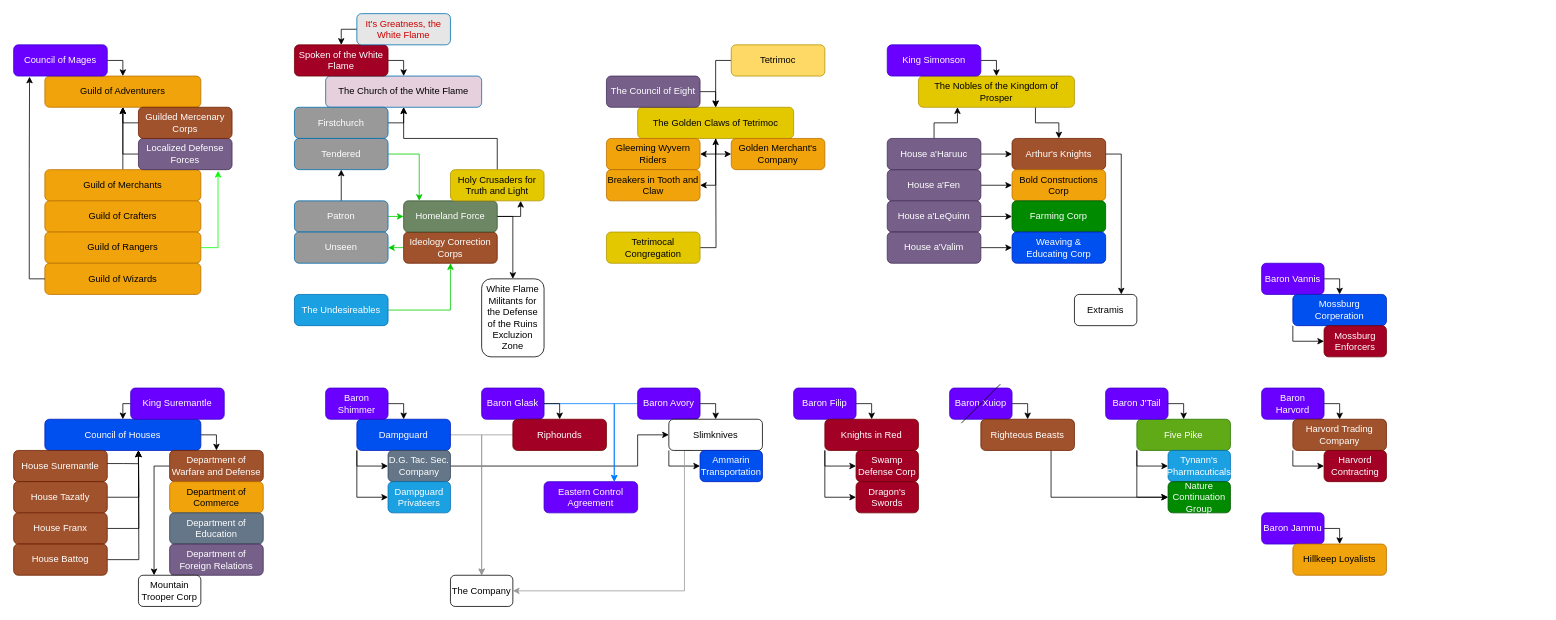
Earlier version of the draw.io diagram MEDIA/SUPP/alatermenianStructures.drawio (craftingcity/The-Known-World). Source tidied: cells renumbered, new cells numbered last; positions are measured from the earlier drawing's top-left corner, leaving out a move shared by most shapes. Both pictures are drawn from the tidied source at 78%, with x=0, y=0 at pixel (13, 13).
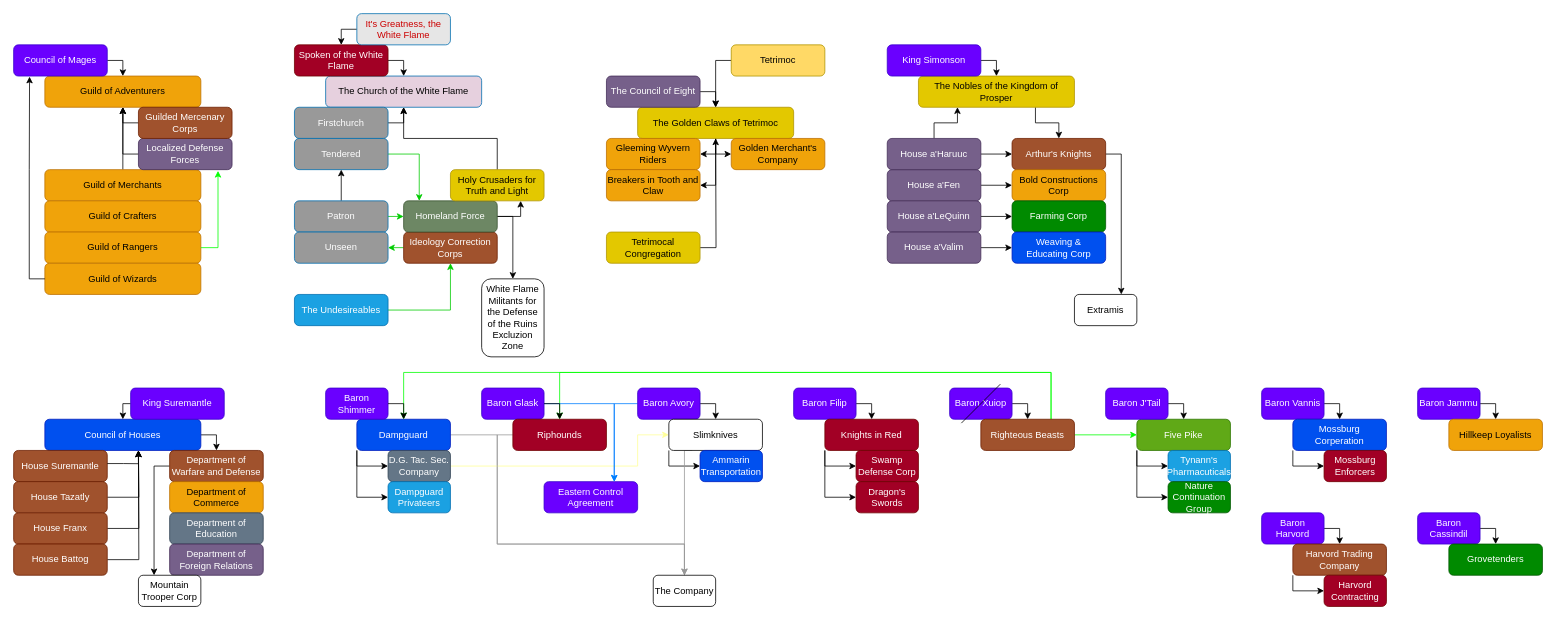
Above is the later version.

The change refers to these unchanged cells:
```xml
<mxCell id="89" value="Dampguard" style="rounded=1;whiteSpace=wrap;html=1;fillColor=#0050ef;fontColor=#ffffff;strokeColor=#001DBC;" parent="1" vertex="1">
  <mxGeometry x="440" y="520" width="120" height="40" as="geometry" />
</mxCell>
<mxCell id="91" value="Baron Shimmer" style="rounded=1;whiteSpace=wrap;html=1;fillColor=#6a00ff;fontColor=#ffffff;strokeColor=#3700CC;" parent="1" vertex="1">
  <mxGeometry x="400" y="480" width="80" height="40" as="geometry" />
</mxCell>
<mxCell id="94" value="D.G. Tac. Sec. Company" style="rounded=1;whiteSpace=wrap;html=1;fillColor=#647687;fontColor=#ffffff;strokeColor=#314354;" parent="1" vertex="1">
  <mxGeometry x="480" y="560" width="80" height="40" as="geometry" />
</mxCell>
<mxCell id="105" value="Five Pike" style="rounded=1;whiteSpace=wrap;html=1;fillColor=#60a917;fontColor=#ffffff;strokeColor=#2D7600;" parent="1" vertex="1">
  <mxGeometry x="1440" y="520" width="120" height="40" as="geometry" />
</mxCell>
<mxCell id="109" value="Nature Continuation Group" style="rounded=1;whiteSpace=wrap;html=1;fillColor=#008a00;fontColor=#ffffff;strokeColor=#005700;" parent="1" vertex="1">
  <mxGeometry x="1480" y="600" width="80" height="40" as="geometry" />
</mxCell>
<mxCell id="113" value="Righteous Beasts" style="rounded=1;whiteSpace=wrap;html=1;fillColor=#a0522d;fontColor=#ffffff;strokeColor=#6D1F00;" parent="1" vertex="1">
  <mxGeometry x="1240" y="520" width="120" height="40" as="geometry" />
</mxCell>
<mxCell id="131" value="Riphounds" style="rounded=1;whiteSpace=wrap;html=1;fillColor=#a20025;fontColor=#ffffff;strokeColor=#6F0000;" parent="1" vertex="1">
  <mxGeometry x="640" y="520" width="120" height="40" as="geometry" />
</mxCell>
<mxCell id="137" value="Slimknives" style="rounded=1;whiteSpace=wrap;html=1;" parent="1" vertex="1">
  <mxGeometry x="840" y="520" width="120" height="40" as="geometry" />
</mxCell>
```

Change to the diagram source:
```diff
@@
     <mxCell id="88" style="edgeStyle=orthogonalEdgeStyle;rounded=0;jettySize=auto;html=1;exitX=1;exitY=0.5;exitDx=0;exitDy=0;entryX=0.5;entryY=0;entryDx=0;entryDy=0;strokeColor=#999999;" parent="1" edge="1" source="89" target="141">
-      <mxGeometry relative="1" as="geometry" />
+      <mxGeometry relative="1" as="geometry">
+        <Array as="points">
+          <mxPoint x="620" y="540" />
+          <mxPoint x="620" y="680" />
+          <mxPoint x="860" y="680" />
+        </Array>
+      </mxGeometry>
     </mxCell>
@@
-    <mxCell id="90" style="edgeStyle=orthogonalEdgeStyle;rounded=0;jettySize=auto;html=1;exitX=1;exitY=0.5;exitDx=0;exitDy=0;" parent="1" edge="1" source="91" target="89">
-      <mxGeometry relative="1" as="geometry" />
-    </mxCell>
@@
-    <mxCell id="93" style="edgeStyle=orthogonalEdgeStyle;rounded=0;jettySize=auto;html=1;exitX=1;exitY=0.5;exitDx=0;exitDy=0;entryX=0;entryY=0.5;entryDx=0;entryDy=0;" parent="1" edge="1" source="94" target="137">
+    <mxCell id="93" style="edgeStyle=orthogonalEdgeStyle;rounded=0;jettySize=auto;html=1;exitX=1;exitY=0.5;exitDx=0;exitDy=0;entryX=0;entryY=0.5;entryDx=0;entryDy=0;strokeColor=#FFFF99;" parent="1" edge="1" source="94" target="137">
       <mxGeometry relative="1" as="geometry">
         <Array as="points">
           <mxPoint x="800" y="580" />
           <mxPoint x="800" y="540" />
         </Array>
       </mxGeometry>
     </mxCell>
@@
-    <mxCell id="104" style="edgeStyle=orthogonalEdgeStyle;rounded=0;jettySize=auto;html=1;exitX=0;exitY=1;exitDx=0;exitDy=0;entryX=0;entryY=0.5;entryDx=0;entryDy=0;" parent="1" edge="1" source="105" target="109">
-      <mxGeometry relative="1" as="geometry" />
-    </mxCell>
@@
-    <mxCell id="112" style="edgeStyle=orthogonalEdgeStyle;rounded=0;jettySize=auto;html=1;exitX=0.75;exitY=1;exitDx=0;exitDy=0;entryX=0;entryY=0.5;entryDx=0;entryDy=0;" parent="1" edge="1" source="113" target="109">
+    <mxCell id="112" style="edgeStyle=orthogonalEdgeStyle;rounded=0;jettySize=auto;html=1;exitX=1;exitY=0.5;exitDx=0;exitDy=0;entryX=0;entryY=0.5;entryDx=0;entryDy=0;strokeColor=#00FF00;" parent="1" edge="1" source="113" target="105">
       <mxGeometry relative="1" as="geometry" />
     </mxCell>
+    <mxCell id="144" style="edgeStyle=orthogonalEdgeStyle;rounded=0;jettySize=auto;html=1;exitX=0.75;exitY=0;exitDx=0;exitDy=0;strokeColor=#00FF00;" parent="1" edge="1" source="113">
+      <mxGeometry relative="1" as="geometry">
+        <mxPoint x="500" y="520" as="targetPoint" />
+        <Array as="points">
+          <mxPoint x="1330" y="460" />
+          <mxPoint x="500" y="460" />
+          <mxPoint x="500" y="520" />
+        </Array>
+      </mxGeometry>
+    </mxCell>
+    <mxCell id="145" style="edgeStyle=orthogonalEdgeStyle;rounded=0;jettySize=auto;html=1;exitX=0.75;exitY=0;exitDx=0;exitDy=0;entryX=0.5;entryY=0;entryDx=0;entryDy=0;strokeColor=#00FF00;" parent="1" edge="1" source="113" target="131">
+      <mxGeometry relative="1" as="geometry">
+        <Array as="points">
+          <mxPoint x="1330" y="460" />
+          <mxPoint x="700" y="460" />
+        </Array>
+      </mxGeometry>
+    </mxCell>
@@
     <mxCell id="116" value="Baron Harvord" style="rounded=1;whiteSpace=wrap;html=1;fillColor=#6a00ff;fontColor=#ffffff;strokeColor=#3700CC;" parent="1" vertex="1">
-      <mxGeometry x="1600" y="480" width="80" height="40" as="geometry" />
+      <mxGeometry x="1600" y="640" width="80" height="40" as="geometry" />
     </mxCell>
@@
     <mxCell id="118" value="Harvord Trading Company" style="rounded=1;whiteSpace=wrap;html=1;fillColor=#a0522d;fontColor=#ffffff;strokeColor=#6D1F00;" parent="1" vertex="1">
-      <mxGeometry x="1640" y="520" width="120" height="40" as="geometry" />
+      <mxGeometry x="1640" y="680" width="120" height="40" as="geometry" />
     </mxCell>
     <mxCell id="119" value="Harvord Contracting" style="rounded=1;whiteSpace=wrap;html=1;fillColor=#a20025;fontColor=#ffffff;strokeColor=#6F0000;" parent="1" vertex="1">
-      <mxGeometry x="1680" y="560" width="80" height="40" as="geometry" />
+      <mxGeometry x="1680" y="720" width="80" height="40" as="geometry" />
     </mxCell>
@@
     <mxCell id="121" value="Baron Jammu" style="rounded=1;whiteSpace=wrap;html=1;fillColor=#6a00ff;fontColor=#ffffff;strokeColor=#3700CC;" parent="1" vertex="1">
-      <mxGeometry x="1600" y="640" width="80" height="40" as="geometry" />
+      <mxGeometry x="1800" y="480" width="80" height="40" as="geometry" />
     </mxCell>
     <mxCell id="122" value="Hillkeep Loyalists" style="rounded=1;whiteSpace=wrap;html=1;fillColor=#f0a30a;fontColor=#000000;strokeColor=#BD7000;" parent="1" vertex="1">
-      <mxGeometry x="1640" y="680" width="120" height="40" as="geometry" />
+      <mxGeometry x="1840" y="520" width="120" height="40" as="geometry" />
     </mxCell>
@@
     <mxCell id="124" value="Baron Vannis" style="rounded=1;whiteSpace=wrap;html=1;fillColor=#6a00ff;fontColor=#ffffff;strokeColor=#3700CC;" parent="1" vertex="1">
-      <mxGeometry x="1600" y="320" width="80" height="40" as="geometry" />
+      <mxGeometry x="1600" y="480" width="80" height="40" as="geometry" />
     </mxCell>
@@
     <mxCell id="126" value="Mossburg Corperation" style="rounded=1;whiteSpace=wrap;html=1;fillColor=#0050ef;fontColor=#ffffff;strokeColor=#001DBC;" parent="1" vertex="1">
-      <mxGeometry x="1640" y="360" width="120" height="40" as="geometry" />
+      <mxGeometry x="1640" y="520" width="120" height="40" as="geometry" />
     </mxCell>
     <mxCell id="127" value="Mossburg Enforcers" style="rounded=1;whiteSpace=wrap;html=1;fillColor=#a20025;fontColor=#ffffff;strokeColor=#6F0000;" parent="1" vertex="1">
-      <mxGeometry x="1680" y="400" width="80" height="40" as="geometry" />
+      <mxGeometry x="1680" y="560" width="80" height="40" as="geometry" />
     </mxCell>
@@
     <mxCell id="130" style="edgeStyle=orthogonalEdgeStyle;rounded=0;jettySize=auto;html=1;exitX=0;exitY=0.5;exitDx=0;exitDy=0;entryX=0.5;entryY=0;entryDx=0;entryDy=0;strokeColor=#999999;" parent="1" edge="1" source="131" target="141">
-      <mxGeometry relative="1" as="geometry" />
+      <mxGeometry relative="1" as="geometry">
+        <Array as="points">
+          <mxPoint x="620" y="540" />
+          <mxPoint x="620" y="680" />
+          <mxPoint x="860" y="680" />
+        </Array>
+      </mxGeometry>
     </mxCell>
@@
     <mxCell id="141" value="The Company" style="rounded=1;whiteSpace=wrap;html=1;" parent="1" vertex="1">
-      <mxGeometry x="560" y="720" width="80" height="40" as="geometry" />
+      <mxGeometry x="820" y="720" width="80" height="40" as="geometry" />
     </mxCell>
@@
+    <mxCell id="104" style="edgeStyle=orthogonalEdgeStyle;rounded=0;jettySize=auto;html=1;exitX=0;exitY=1;exitDx=0;exitDy=0;entryX=0;entryY=0.5;entryDx=0;entryDy=0;" parent="1" edge="1" source="105" target="109">
+      <mxGeometry relative="1" as="geometry" />
+    </mxCell>
+    <mxCell id="90" style="edgeStyle=orthogonalEdgeStyle;rounded=0;jettySize=auto;html=1;exitX=1;exitY=0.5;exitDx=0;exitDy=0;" parent="1" edge="1" source="91" target="89">
+      <mxGeometry relative="1" as="geometry" />
+    </mxCell>
+    <mxCell id="146" style="edgeStyle=orthogonalEdgeStyle;rounded=0;jettySize=auto;html=1;exitX=1;exitY=0.5;exitDx=0;exitDy=0;" parent="1" edge="1" source="147" target="148">
+      <mxGeometry relative="1" as="geometry" />
+    </mxCell>
+    <mxCell id="147" value="Baron Cassindil" style="rounded=1;whiteSpace=wrap;html=1;fillColor=#6a00ff;fontColor=#ffffff;strokeColor=#3700CC;" parent="1" vertex="1">
+      <mxGeometry x="1800" y="640" width="80" height="40" as="geometry" />
+    </mxCell>
+    <mxCell id="148" value="Grovetenders" style="rounded=1;whiteSpace=wrap;html=1;fillColor=#008a00;fontColor=#ffffff;strokeColor=#005700;" parent="1" vertex="1">
+      <mxGeometry x="1840" y="680" width="120" height="40" as="geometry" />
+    </mxCell>
```
